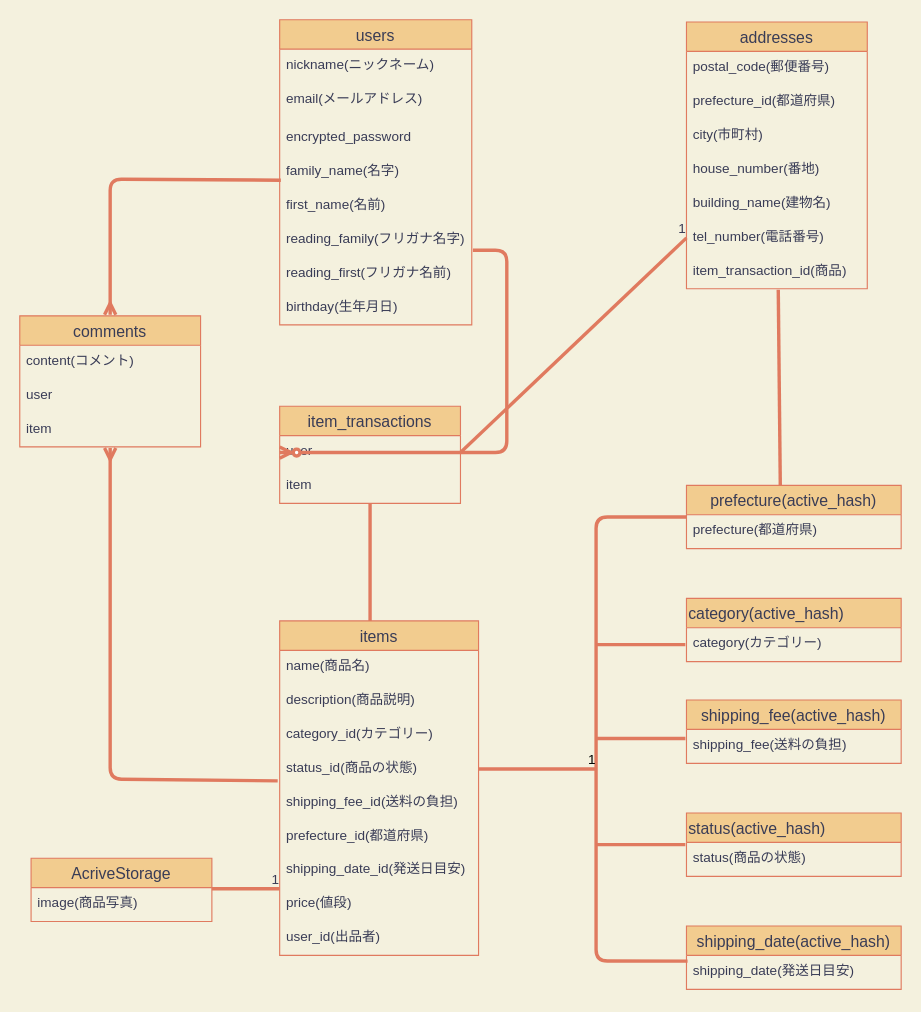
Before: page "ページ1" (1 of 2) of test.dio in hidekicchan/furima-29087, a draw.io diagram. Source tidied: cells renumbered, new cells numbered last; positions are measured from the earlier drawing's top-left corner, leaving out a move shared by most shapes. Both pictures are drawn from the tidied source at 113%, with x=0, y=0 at pixel (19, 19).
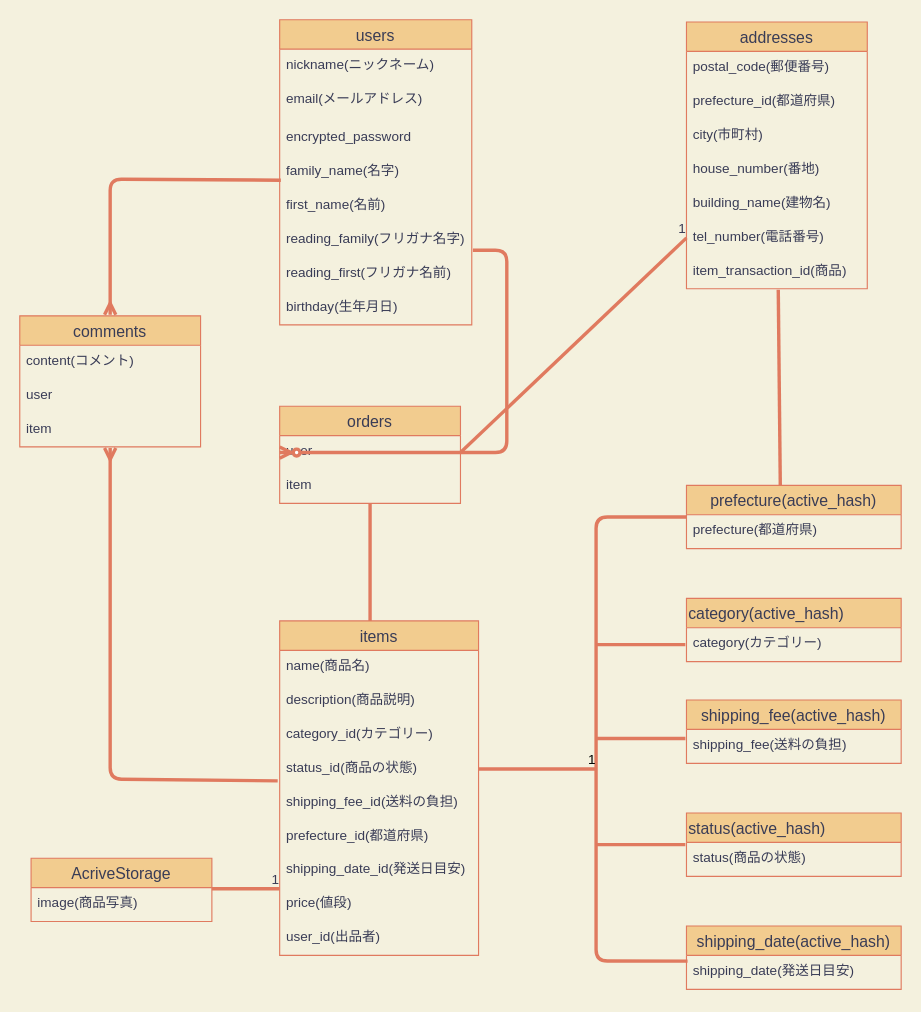
After the change.

What changed in the source:
```diff
@@
-    <mxCell id="52" value="item_transactions" style="swimlane;fontStyle=0;horizontal=1;startSize=26;align=center;fontSize=14;strokeColor=#E07A5F;fillColor=#F2CC8F;fontColor=#393C56;" parent="1" vertex="1">
+    <mxCell id="52" value="orders" style="swimlane;fontStyle=0;horizontal=1;startSize=26;align=center;fontSize=14;strokeColor=#E07A5F;fillColor=#F2CC8F;fontColor=#393C56;" parent="1" vertex="1">
       <mxGeometry x="230" y="342" width="160" height="86" as="geometry" />
     </mxCell>
```
